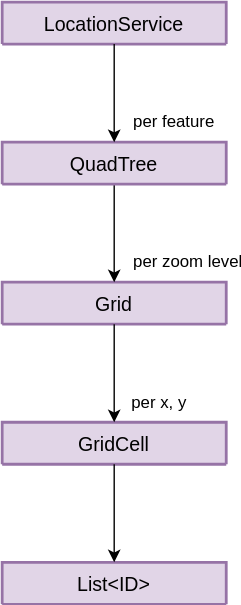
The draw.io diagram _images/architecture-quad-tree.drawio.svg in gartenkralle/geolocation-services-doc, before a commit. Source tidied: cells renumbered, new cells last; positions are measured from the earlier drawing's top-left corner, leaving out a move shared by most shapes.
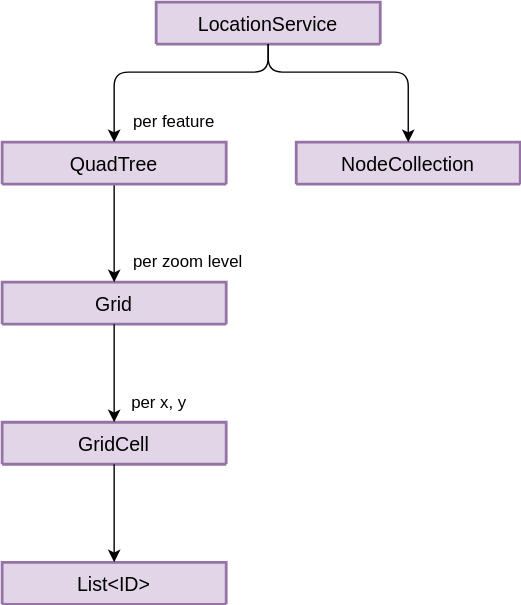
Above is the later version.

Diff of the diagram source:
```diff
@@ -6,7 +6,7 @@
       <mxGeometry y="200" width="160" height="30" as="geometry" />
     </mxCell>
     <mxCell id="3" value="LocationService" style="swimlane;horizontal=1;startSize=30;rounded=1;fontSize=14;fontStyle=0;strokeWidth=2;shadow=0;dashed=0;align=center;fillColor=#e1d5e7;strokeColor=#9673a6;" parent="1" vertex="1">
-      <mxGeometry width="160" height="30" as="geometry" />
+      <mxGeometry x="110" width="160" height="30" as="geometry" />
     </mxCell>
     <mxCell id="4" style="endArrow=classic;html=1;rounded=0;exitX=0.5;exitY=1;exitDx=0;exitDy=0;entryX=0.5;entryY=0;entryDx=0;entryDy=0;" parent="1" edge="1" source="5" target="2">
       <mxGeometry relative="1" as="geometry" />
@@ -14,8 +14,13 @@
     <mxCell id="5" value="QuadTree" style="swimlane;horizontal=1;startSize=30;rounded=1;fontSize=14;fontStyle=0;strokeWidth=2;shadow=0;dashed=0;align=center;fillColor=#e1d5e7;strokeColor=#9673a6;" parent="1" vertex="1">
       <mxGeometry y="100" width="160" height="30" as="geometry" />
     </mxCell>
-    <mxCell id="6" style="endArrow=classic;html=1;rounded=0;exitX=0.5;exitY=1;exitDx=0;exitDy=0;entryX=0.5;entryY=0;entryDx=0;entryDy=0;" parent="1" edge="1" source="3" target="5">
-      <mxGeometry relative="1" as="geometry" />
+    <mxCell id="6" style="endArrow=classic;html=1;rounded=1;exitX=0.5;exitY=1;exitDx=0;exitDy=0;entryX=0.5;entryY=0;entryDx=0;entryDy=0;edgeStyle=orthogonalEdgeStyle;" parent="1" edge="1" source="3" target="5">
+      <mxGeometry relative="1" as="geometry">
+        <Array as="points">
+          <mxPoint x="190" y="50" />
+          <mxPoint x="80" y="50" />
+        </Array>
+      </mxGeometry>
     </mxCell>
     <mxCell id="7" value="per feature" style="html=1;align=right;verticalAlign=bottom;direction=south;spacingRight=-2;spacingBottom=6;" parent="1" vertex="1">
       <mxGeometry x="150" y="100" as="geometry" />
@@ -38,5 +43,16 @@
     <mxCell id="13" style="endArrow=classic;html=1;rounded=0;exitX=0.5;exitY=1;exitDx=0;exitDy=0;entryX=0.5;entryY=0;entryDx=0;entryDy=0;" parent="1" edge="1" source="8" target="12">
       <mxGeometry relative="1" as="geometry" />
     </mxCell>
+    <mxCell id="14" value="NodeCollection" style="swimlane;horizontal=1;startSize=30;rounded=1;fontSize=14;fontStyle=0;strokeWidth=2;shadow=0;dashed=0;align=center;fillColor=#e1d5e7;strokeColor=#9673a6;" parent="1" vertex="1">
+      <mxGeometry x="210" y="100" width="160" height="30" as="geometry" />
+    </mxCell>
+    <mxCell id="15" style="endArrow=classic;html=1;rounded=1;exitX=0.5;exitY=1;exitDx=0;exitDy=0;entryX=0.5;entryY=0;entryDx=0;entryDy=0;edgeStyle=orthogonalEdgeStyle;" parent="1" edge="1" source="3" target="14">
+      <mxGeometry relative="1" as="geometry">
+        <Array as="points">
+          <mxPoint x="190" y="50" />
+          <mxPoint x="290" y="50" />
+        </Array>
+      </mxGeometry>
+    </mxCell>
   </root>
 </mxGraphModel>
```
